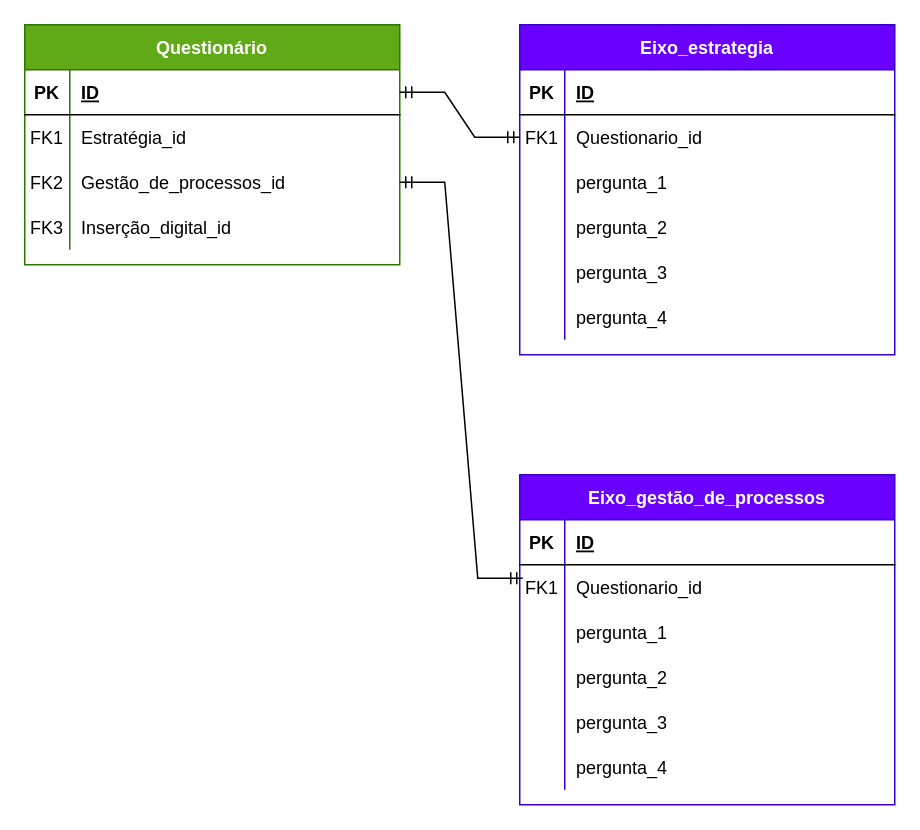
Above: page "Questionário" (1 of 4) of Diagrama sem nome.drawio in Luannunes02/DERs (draw.io), before the change. Source tidied: cells renumbered, new cells numbered last; positions are measured from the earlier drawing's top-left corner, leaving out a move shared by most shapes. Both pictures are drawn from the tidied source at 150%, with x=0, y=0 at pixel (24, 24).
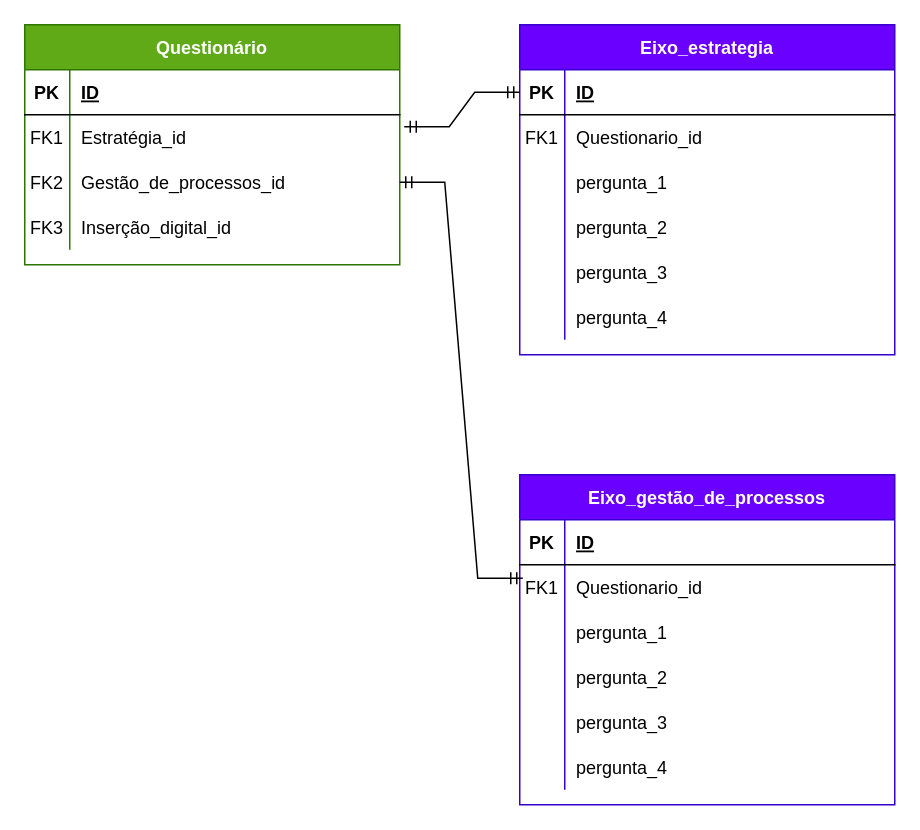
The same page after the edit.

The change refers to these unchanged cells:
```xml
<mxCell id="3" style="shape=partialRectangle;fillColor=none;points=[[0,0.5],[1,0.5]];portConstraint=eastwest;top=0;left=0;right=0;bottom=1;" parent="2" vertex="1">
  <mxGeometry y="30" width="250" height="30" as="geometry" />
</mxCell>
<mxCell id="6" style="shape=partialRectangle;fillColor=none;points=[[0,0.5],[1,0.5]];portConstraint=eastwest;top=0;left=0;right=0;bottom=0;" parent="2" vertex="1">
  <mxGeometry y="60" width="250" height="30" as="geometry" />
</mxCell>
<mxCell id="22" style="shape=partialRectangle;fillColor=none;points=[[0,0.5],[1,0.5]];portConstraint=eastwest;top=0;left=0;right=0;bottom=1;" parent="21" vertex="1">
  <mxGeometry y="30" width="250" height="30" as="geometry" />
</mxCell>
<mxCell id="25" style="shape=partialRectangle;fillColor=none;points=[[0,0.5],[1,0.5]];portConstraint=eastwest;top=0;left=0;right=0;bottom=0;" parent="21" vertex="1">
  <mxGeometry y="60" width="250" height="30" as="geometry" />
</mxCell>
```

The edit, as a diff of the source:
```diff
@@
-    <mxCell id="34" style="edgeStyle=entityRelationEdgeStyle;fontSize=12;html=1;endArrow=ERmandOne;startArrow=ERmandOne;rounded=0;" parent="1" edge="1" source="22" target="6">
+    <mxCell id="34" style="edgeStyle=entityRelationEdgeStyle;fontSize=12;html=1;endArrow=ERmandOne;startArrow=ERmandOne;rounded=0;exitX=1.012;exitY=0.267;exitDx=0;exitDy=0;exitPerimeter=0;" parent="1" edge="1" source="25" target="3">
       <mxGeometry relative="1" as="geometry" />
     </mxCell>
```
